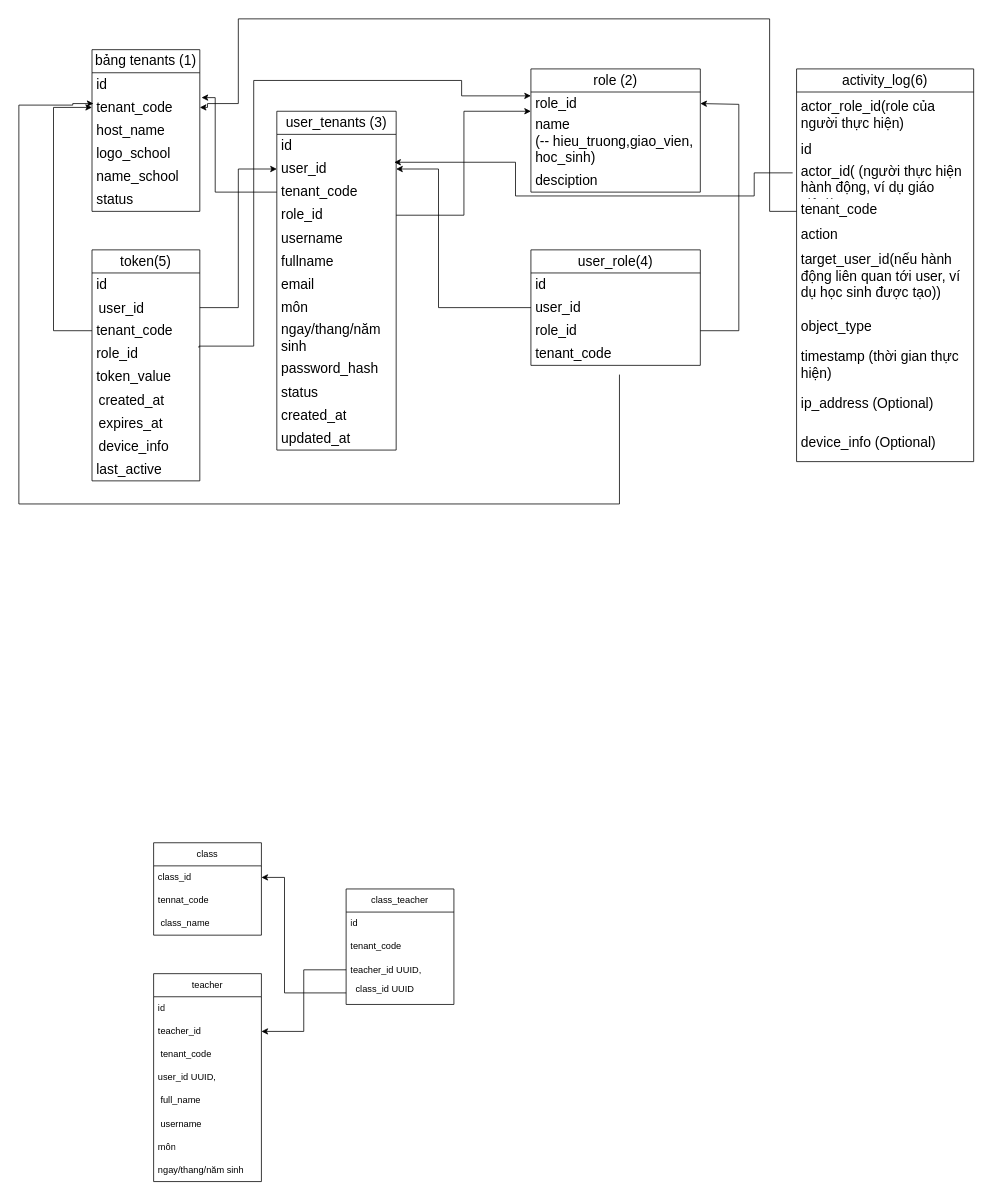
This is csdlstudy.drawio from vuongnd03/black-had, a draw.io file, before an edit. Source tidied: cells renumbered, new cells numbered last; positions are measured from the earlier drawing's top-left corner, leaving out a move shared by most shapes. Both pictures are drawn from the tidied source at 77%, with x=0, y=0 at pixel (18, 18).
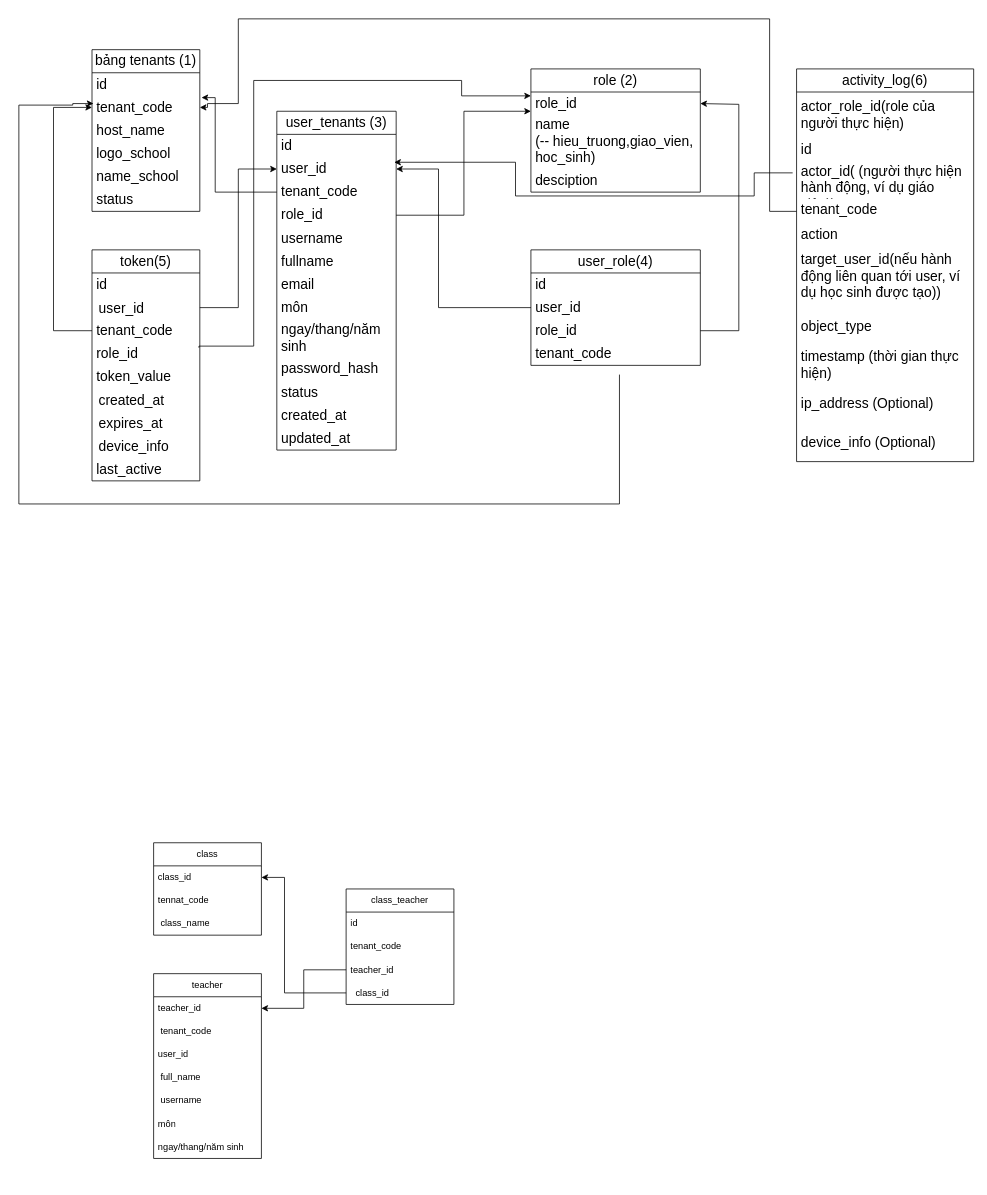
The same diagram, later.

The change refers to these unchanged cells:
```xml
<mxCell id="68" value="class_teacher" style="swimlane;fontStyle=0;horizontal=1;startSize=30;whiteSpace=wrap;html=1;" parent="1" vertex="1">
  <mxGeometry x="425" y="1130" width="140" height="150" as="geometry" />
</mxCell>
```

Diff of the diagram source:
```diff
@@
     <mxCell id="59" value="teacher" style="swimlane;fontStyle=0;horizontal=1;startSize=30;whiteSpace=wrap;html=1;" parent="1" vertex="1">
-      <mxGeometry x="175" y="1240" width="140" height="270" as="geometry" />
+      <mxGeometry x="175" y="1240" width="140" height="240" as="geometry" />
     </mxCell>
-    <mxCell id="60" value="id" style="text;strokeColor=none;fillColor=none;align=left;verticalAlign=middle;spacingLeft=4;spacingRight=4;overflow=hidden;whiteSpace=wrap;html=1;" parent="59" vertex="1">
-      <mxGeometry y="30" width="140" height="30" as="geometry" />
-    </mxCell>
     <mxCell id="61" value="teacher_id" style="text;strokeColor=none;fillColor=none;align=left;verticalAlign=middle;spacingLeft=4;spacingRight=4;overflow=hidden;points=[[0,0.5],[1,0.5]];portConstraint=eastwest;whiteSpace=wrap;html=1;" parent="59" vertex="1">
-      <mxGeometry y="60" width="140" height="30" as="geometry" />
+      <mxGeometry y="30" width="140" height="30" as="geometry" />
     </mxCell>
     <mxCell id="62" value="&amp;nbsp;tenant_code" style="text;strokeColor=none;fillColor=none;align=left;verticalAlign=middle;spacingLeft=4;spacingRight=4;overflow=hidden;whiteSpace=wrap;html=1;" parent="59" vertex="1">
-      <mxGeometry y="90" width="140" height="30" as="geometry" />
+      <mxGeometry y="60" width="140" height="30" as="geometry" />
     </mxCell>
-    <mxCell id="63" value="user_id UUID," style="text;strokeColor=none;fillColor=none;align=left;verticalAlign=middle;spacingLeft=4;spacingRight=4;overflow=hidden;whiteSpace=wrap;html=1;" parent="59" vertex="1">
-      <mxGeometry y="120" width="140" height="30" as="geometry" />
+    <mxCell id="63" value="user_id" style="text;strokeColor=none;fillColor=none;align=left;verticalAlign=middle;spacingLeft=4;spacingRight=4;overflow=hidden;whiteSpace=wrap;html=1;" parent="59" vertex="1">
+      <mxGeometry y="90" width="140" height="30" as="geometry" />
     </mxCell>
     <mxCell id="64" value="&amp;nbsp;full_name" style="text;strokeColor=none;fillColor=none;align=left;verticalAlign=middle;spacingLeft=4;spacingRight=4;overflow=hidden;whiteSpace=wrap;html=1;" parent="59" vertex="1">
-      <mxGeometry y="150" width="140" height="30" as="geometry" />
+      <mxGeometry y="120" width="140" height="30" as="geometry" />
     </mxCell>
     <mxCell id="65" value="&amp;nbsp;username" style="text;strokeColor=none;fillColor=none;align=left;verticalAlign=middle;spacingLeft=4;spacingRight=4;overflow=hidden;whiteSpace=wrap;html=1;" parent="59" vertex="1">
-      <mxGeometry y="180" width="140" height="30" as="geometry" />
+      <mxGeometry y="150" width="140" height="30" as="geometry" />
     </mxCell>
     <mxCell id="66" value="môn" style="text;strokeColor=none;fillColor=none;align=left;verticalAlign=middle;spacingLeft=4;spacingRight=4;overflow=hidden;whiteSpace=wrap;html=1;" parent="59" vertex="1">
-      <mxGeometry y="210" width="140" height="30" as="geometry" />
+      <mxGeometry y="180" width="140" height="30" as="geometry" />
     </mxCell>
     <mxCell id="67" value="ngay/thang/năm sinh" style="text;strokeColor=none;fillColor=none;align=left;verticalAlign=middle;spacingLeft=4;spacingRight=4;overflow=hidden;whiteSpace=wrap;html=1;" parent="59" vertex="1">
-      <mxGeometry y="240" width="140" height="30" as="geometry" />
+      <mxGeometry y="210" width="140" height="30" as="geometry" />
     </mxCell>
@@
-    <mxCell id="71" value="teacher_id UUID," style="text;strokeColor=none;fillColor=none;align=left;verticalAlign=middle;spacingLeft=4;spacingRight=4;overflow=hidden;points=[[0,0.5],[1,0.5]];portConstraint=eastwest;whiteSpace=wrap;html=1;" parent="68" vertex="1">
+    <mxCell id="71" value="teacher_id" style="text;strokeColor=none;fillColor=none;align=left;verticalAlign=middle;spacingLeft=4;spacingRight=4;overflow=hidden;points=[[0,0.5],[1,0.5]];portConstraint=eastwest;whiteSpace=wrap;html=1;" parent="68" vertex="1">
       <mxGeometry y="90" width="140" height="30" as="geometry" />
     </mxCell>
-    <mxCell id="72" value="&lt;div&gt;&amp;nbsp; class_id UUID&lt;/div&gt;&lt;div&gt;&lt;br&gt;&lt;/div&gt;" style="text;strokeColor=none;fillColor=none;align=left;verticalAlign=middle;spacingLeft=4;spacingRight=4;overflow=hidden;points=[[0,0.5],[1,0.5]];portConstraint=eastwest;whiteSpace=wrap;html=1;" parent="68" vertex="1">
+    <mxCell id="72" value="&lt;div&gt;&amp;nbsp; class_id&amp;nbsp;&lt;/div&gt;" style="text;strokeColor=none;fillColor=none;align=left;verticalAlign=middle;spacingLeft=4;spacingRight=4;overflow=hidden;points=[[0,0.5],[1,0.5]];portConstraint=eastwest;whiteSpace=wrap;html=1;" parent="68" vertex="1">
       <mxGeometry y="120" width="140" height="30" as="geometry" />
     </mxCell>
```
